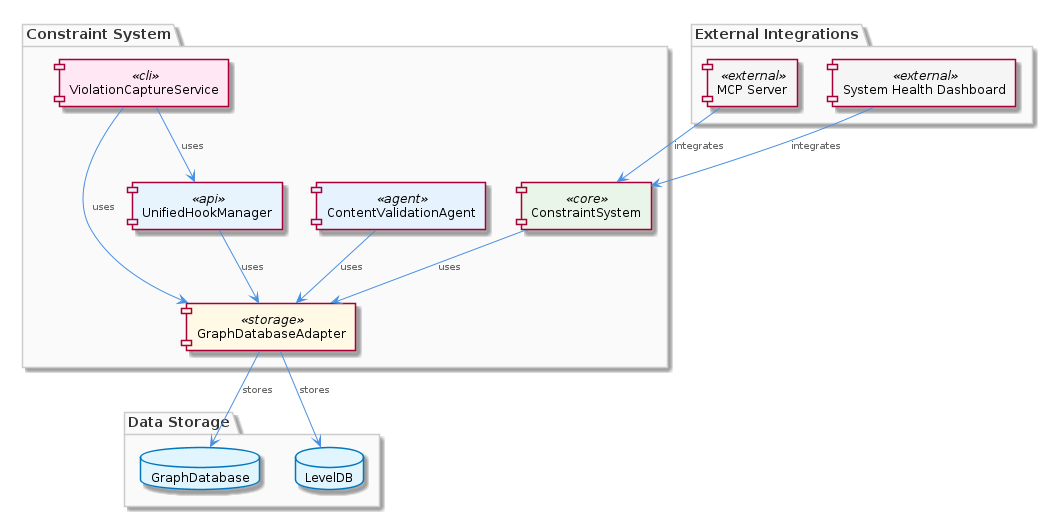
Before: .data/knowledge-graph/insights/images/constraint-system-architecture.png, a diagram exported from PlantUML (fwornle/coding). Its source is kept beside it as .data/knowledge-graph/insights/puml/constraint-system-architecture.puml.
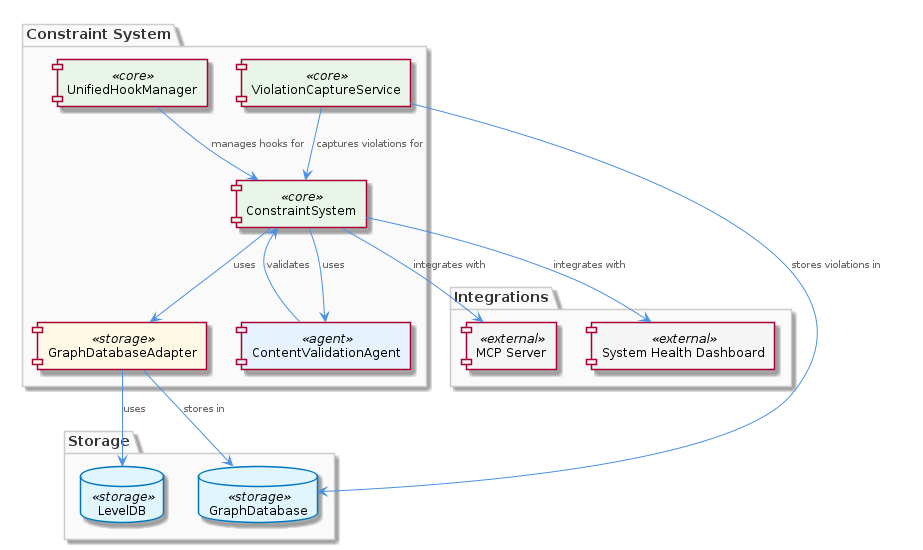
After the change.

The edit, as a diff of the source:
```diff
@@ -4,29 +4,30 @@
 package "Constraint System" {
   component "ConstraintSystem" as cs <<core>>
   component "GraphDatabaseAdapter" as gda <<storage>>
-  component "UnifiedHookManager" as uhm <<api>>
   component "ContentValidationAgent" as cva <<agent>>
-  component "ViolationCaptureService" as vcs <<cli>>
+  component "UnifiedHookManager" as uhm <<core>>
+  component "ViolationCaptureService" as vcs <<core>>
 }
 
-package "Data Storage" {
-  database "GraphDatabase" as gd
-  database "LevelDB" as ld
+package "Storage" {
+  database "GraphDatabase" as gd <<storage>>
+  database "LevelDB" as ld <<storage>>
 }
 
-package "External Integrations" {
+package "Integrations" {
   component "MCP Server" as mcp <<external>>
   component "System Health Dashboard" as shd <<external>>
 }
 
 cs --> gda : uses
-gda --> gd : stores
-gda --> ld : stores
-uhm --> gda : uses
-cva --> gda : uses
-vcs --> gda : uses
-vcs --> uhm : uses
-mcp --> cs : integrates
-shd --> cs : integrates
+gda --> gd : stores in
+gda --> ld : uses
+cs --> cva : uses
+cva --> cs : validates
+uhm --> cs : manages hooks for
+vcs --> cs : captures violations for
+vcs --> gd : stores violations in
+cs --> mcp : integrates with
+cs --> shd : integrates with
 
 @enduml
```
